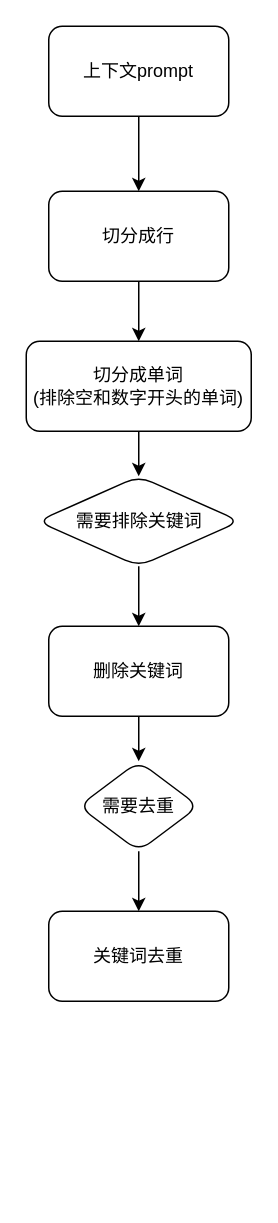
msb8080/my-diagrams keeps this draw.io diagram as AIGC流程图.drawio. Above is the earlier version. Source tidied: cells renumbered, new cells numbered last; positions are measured from the earlier drawing's top-left corner, leaving out a move shared by most shapes. Both pictures are drawn from the tidied source at 150%, with x=0, y=0 at pixel (26, 26).
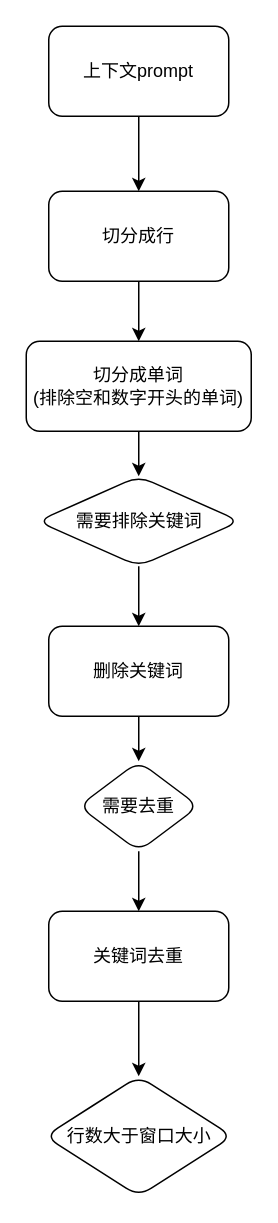
Above is the later version.

Commit message (it also covers changes not shown here):
更新AIGC流程图.drawio

What changed in the source:
```diff
@@
 <mxGraphModel>
   <root>
     <mxCell id="0" />
     <mxCell id="1" parent="0" />
     <mxCell id="2" style="edgeStyle=orthogonalEdgeStyle;rounded=0;jettySize=auto;html=1;entryX=0.5;entryY=0;entryDx=0;entryDy=0;" parent="1" edge="1" source="3" target="5">
       <mxGeometry relative="1" as="geometry" />
     </mxCell>
     <mxCell id="3" value="上下文prompt" style="rounded=1;whiteSpace=wrap;html=1;" parent="1" vertex="1">
       <mxGeometry x="15" width="120" height="60" as="geometry" />
     </mxCell>
     <mxCell id="4" style="edgeStyle=orthogonalEdgeStyle;rounded=0;jettySize=auto;html=1;" parent="1" edge="1" source="5" target="7">
       <mxGeometry relative="1" as="geometry" />
     </mxCell>
     <mxCell id="5" value="切分成行" style="rounded=1;whiteSpace=wrap;html=1;" parent="1" vertex="1">
       <mxGeometry x="15" y="110" width="120" height="60" as="geometry" />
     </mxCell>
     <mxCell id="6" style="edgeStyle=orthogonalEdgeStyle;rounded=0;jettySize=auto;html=1;" parent="1" edge="1" source="7" target="9">
       <mxGeometry relative="1" as="geometry" />
     </mxCell>
     <mxCell id="7" value="切分成单词&lt;div&gt;(排除空和数字开头的单词)&lt;/div&gt;" style="rounded=1;whiteSpace=wrap;html=1;" parent="1" vertex="1">
       <mxGeometry y="210" width="150" height="60" as="geometry" />
     </mxCell>
     <mxCell id="8" style="edgeStyle=orthogonalEdgeStyle;rounded=0;jettySize=auto;html=1;" parent="1" edge="1" source="9" target="11">
       <mxGeometry relative="1" as="geometry" />
     </mxCell>
     <mxCell id="9" value="需要排除关键词" style="rhombus;whiteSpace=wrap;html=1;rounded=1;" parent="1" vertex="1">
       <mxGeometry x="7.5" y="300" width="135" height="60" as="geometry" />
     </mxCell>
     <mxCell id="10" style="edgeStyle=orthogonalEdgeStyle;rounded=0;jettySize=auto;html=1;" parent="1" edge="1" source="11" target="13">
       <mxGeometry relative="1" as="geometry" />
     </mxCell>
     <mxCell id="11" value="删除关键词" style="whiteSpace=wrap;html=1;rounded=1;" parent="1" vertex="1">
       <mxGeometry x="15" y="400" width="120" height="60" as="geometry" />
     </mxCell>
     <mxCell id="12" style="edgeStyle=orthogonalEdgeStyle;rounded=0;jettySize=auto;html=1;" parent="1" edge="1" source="13" target="14">
       <mxGeometry relative="1" as="geometry" />
     </mxCell>
     <mxCell id="13" value="需要去重" style="rhombus;whiteSpace=wrap;html=1;rounded=1;" parent="1" vertex="1">
       <mxGeometry x="35" y="490" width="80" height="60" as="geometry" />
     </mxCell>
+    <mxCell id="15" style="edgeStyle=orthogonalEdgeStyle;rounded=0;jettySize=auto;html=1;" parent="1" edge="1" source="14" target="16">
+      <mxGeometry relative="1" as="geometry" />
+    </mxCell>
     <mxCell id="14" value="关键词去重" style="whiteSpace=wrap;html=1;rounded=1;" parent="1" vertex="1">
       <mxGeometry x="15" y="590" width="120" height="60" as="geometry" />
     </mxCell>
+    <mxCell id="16" value="行数大于窗口大小" style="rhombus;whiteSpace=wrap;html=1;rounded=1;" parent="1" vertex="1">
+      <mxGeometry x="12.5" y="700" width="125" height="80" as="geometry" />
+    </mxCell>
   </root>
 </mxGraphModel>
```
